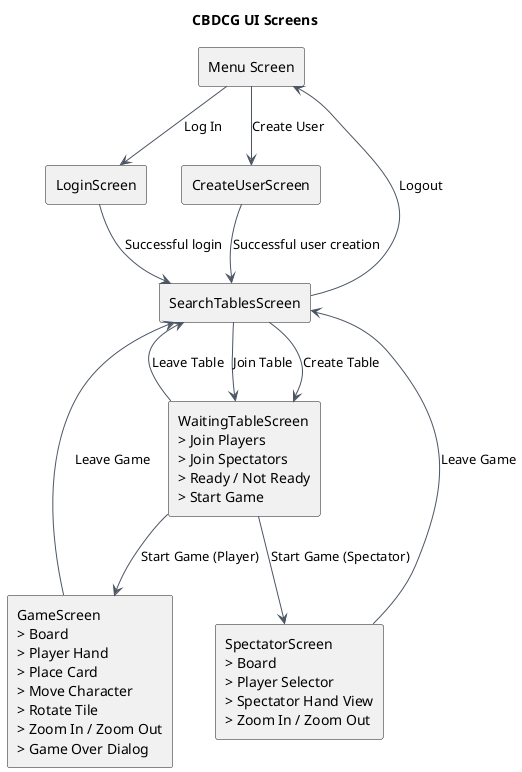
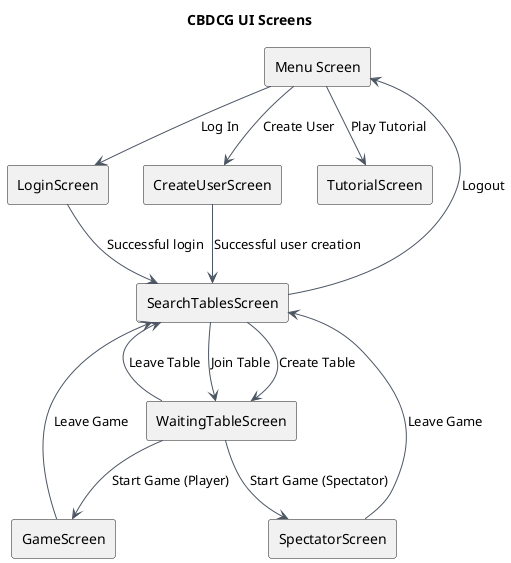
@startuml
title CBDCG UI Screens

skinparam backgroundColor white
skinparam shadowing false
skinparam defaultFontName Arial
skinparam packageStyle rectangle
skinparam ArrowColor #4B5563
skinparam NoteBackgroundColor #FFF8DC
skinparam NoteBorderColor #D4A017

rectangle "Menu Screen" as Menu

rectangle "LoginScreen" as Login

rectangle "CreateUserScreen" as CreateUser

+ rectangle "TutorialScreen" as Tutorial
+ 
rectangle "SearchTablesScreen" as SearchTables

- rectangle "WaitingTableScreen\n> Join Players\n> Join Spectators\n> Ready / Not Ready\n> Start Game" as WaitingTable
+ rectangle "WaitingTableScreen" as WaitingTable

- rectangle "GameScreen\n> Board\n> Player Hand\n> Place Card\n> Move Character\n> Rotate Tile\n> Zoom In / Zoom Out\n> Game Over Dialog" as Game
+ rectangle "GameScreen" as Game

- rectangle "SpectatorScreen\n> Board\n> Player Selector\n> Spectator Hand View\n> Zoom In / Zoom Out" as Spectator
+ rectangle "SpectatorScreen" as Spectator

Menu --> Login : Log In
Menu --> CreateUser : Create User
+ Menu --> Tutorial : Play Tutorial

Login --> SearchTables : Successful login
CreateUser --> SearchTables : Successful user creation

SearchTables --> WaitingTable : Join Table
SearchTables --> WaitingTable : Create Table
SearchTables --> Menu : Logout

WaitingTable --> Game : Start Game (Player)
WaitingTable --> Spectator : Start Game (Spectator)
WaitingTable --> SearchTables : Leave Table

Game --> SearchTables : Leave Game
Spectator --> SearchTables : Leave Game

@enduml
